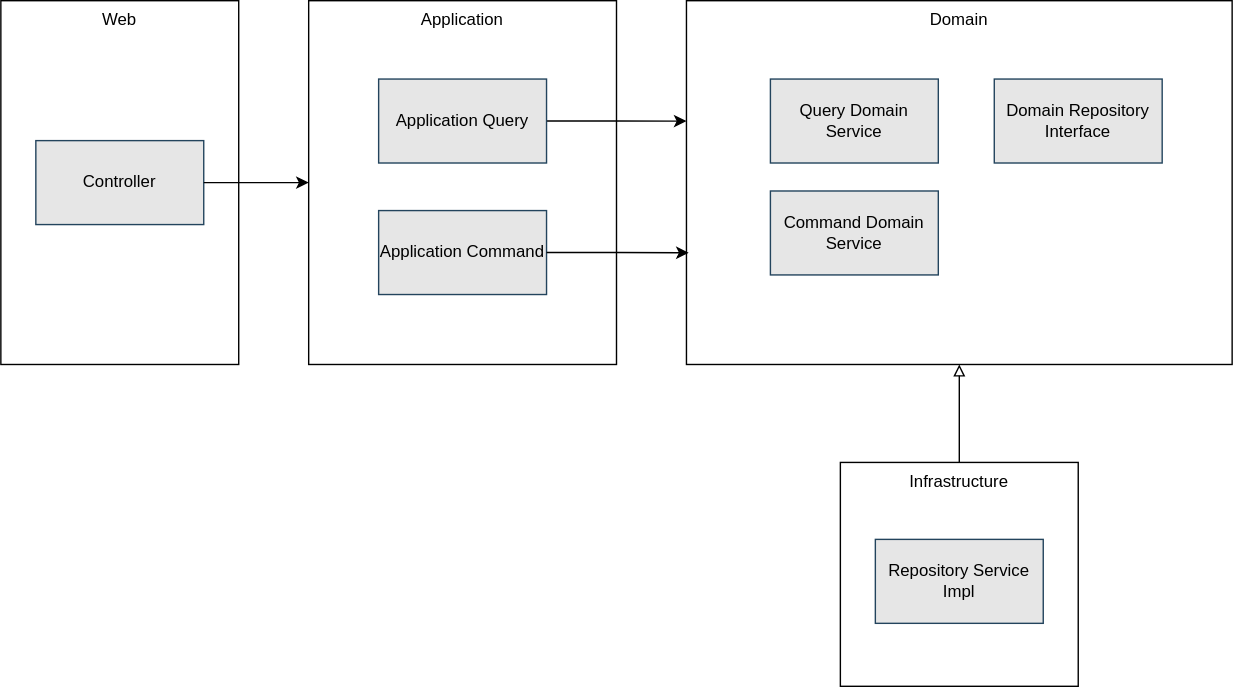
Before: docs/site/springboot-showcase/ways-of-working/_images/explanation/architecture/component_interactions.drawio.svg, a diagram exported from draw.io (bitsmi-blog/springboot-showcase). Source tidied: cells renumbered, new cells last; positions are measured from the earlier drawing's top-left corner, leaving out a move shared by most shapes.
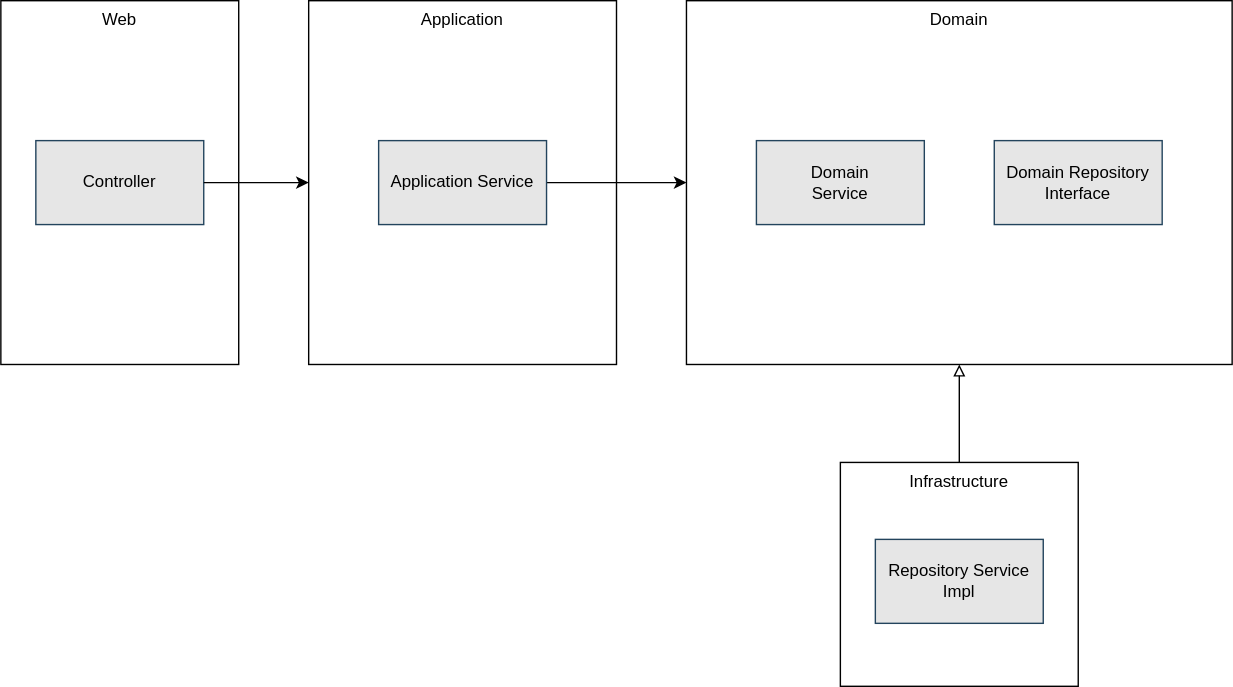
The same file after the commit.

The edit, as a diff of the source:
```diff
@@ -11,33 +11,24 @@
     <mxCell id="4" value="Application" style="rounded=0;whiteSpace=wrap;html=1;verticalAlign=top;" parent="1" vertex="1">
       <mxGeometry x="220" width="220" height="260" as="geometry" />
     </mxCell>
-    <mxCell id="5" style="edgeStyle=orthogonalEdgeStyle;rounded=0;jettySize=auto;html=1;exitX=1;exitY=0.5;exitDx=0;exitDy=0;entryX=0;entryY=0.331;entryDx=0;entryDy=0;entryPerimeter=0;" parent="1" edge="1" source="6" target="9">
+    <mxCell id="5" style="edgeStyle=orthogonalEdgeStyle;rounded=0;jettySize=auto;html=1;exitX=1;exitY=0.5;exitDx=0;exitDy=0;entryX=0;entryY=0.5;entryDx=0;entryDy=0;" parent="1" edge="1" source="6" target="9">
       <mxGeometry relative="1" as="geometry" />
     </mxCell>
-    <mxCell id="6" value="Application Query" style="rounded=0;whiteSpace=wrap;html=1;fillColor=#E6E6E6;strokeColor=#23445d;" parent="1" vertex="1">
-      <mxGeometry x="270" y="56" width="120" height="60" as="geometry" />
+    <mxCell id="6" value="Application Service" style="rounded=0;whiteSpace=wrap;html=1;fillColor=#E6E6E6;strokeColor=#23445d;" parent="1" vertex="1">
+      <mxGeometry x="270" y="100" width="120" height="60" as="geometry" />
     </mxCell>
-    <mxCell id="7" value="Application Command" style="rounded=0;whiteSpace=wrap;html=1;fillColor=#E6E6E6;strokeColor=#23445d;" parent="1" vertex="1">
-      <mxGeometry x="270" y="150" width="120" height="60" as="geometry" />
-    </mxCell>
     <mxCell id="8" style="edgeStyle=orthogonalEdgeStyle;rounded=0;jettySize=auto;html=1;entryX=0;entryY=0.5;entryDx=0;entryDy=0;" parent="1" edge="1" source="3" target="4">
       <mxGeometry relative="1" as="geometry" />
     </mxCell>
     <mxCell id="9" value="Domain" style="rounded=0;whiteSpace=wrap;html=1;verticalAlign=top;" parent="1" vertex="1">
       <mxGeometry x="490" width="390" height="260" as="geometry" />
     </mxCell>
-    <mxCell id="10" value="Query Domain Service" style="rounded=0;whiteSpace=wrap;html=1;fillColor=#E6E6E6;strokeColor=#23445d;" parent="1" vertex="1">
-      <mxGeometry x="550" y="56" width="120" height="60" as="geometry" />
+    <mxCell id="10" value="Domain&lt;div&gt;Service&lt;/div&gt;" style="rounded=0;whiteSpace=wrap;html=1;fillColor=#E6E6E6;strokeColor=#23445d;" parent="1" vertex="1">
+      <mxGeometry x="540" y="100" width="120" height="60" as="geometry" />
     </mxCell>
-    <mxCell id="11" value="Command Domain Service" style="rounded=0;whiteSpace=wrap;html=1;fillColor=#E6E6E6;strokeColor=#23445d;" parent="1" vertex="1">
-      <mxGeometry x="550" y="136" width="120" height="60" as="geometry" />
-    </mxCell>
     <mxCell id="12" value="Domain Repository Interface" style="rounded=0;whiteSpace=wrap;html=1;fillColor=#E6E6E6;strokeColor=#23445d;" parent="1" vertex="1">
-      <mxGeometry x="710" y="56" width="120" height="60" as="geometry" />
+      <mxGeometry x="710" y="100" width="120" height="60" as="geometry" />
     </mxCell>
-    <mxCell id="13" style="edgeStyle=orthogonalEdgeStyle;rounded=0;jettySize=auto;html=1;exitX=1;exitY=0.5;exitDx=0;exitDy=0;entryX=0.004;entryY=0.693;entryDx=0;entryDy=0;entryPerimeter=0;" parent="1" edge="1" source="7" target="9">
-      <mxGeometry relative="1" as="geometry" />
-    </mxCell>
     <mxCell id="14" value="Infrastructure" style="rounded=0;whiteSpace=wrap;html=1;verticalAlign=top;" parent="1" vertex="1">
       <mxGeometry x="600" y="330" width="170" height="160" as="geometry" />
     </mxCell>
```
